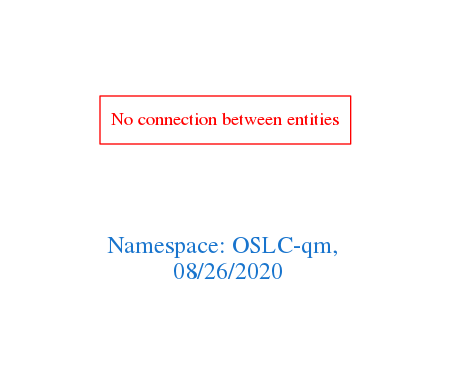
Above: downloads/OSLC-qm.png in arago/OGIT (Graphviz), before the change. Its source is kept beside it as downloads/OSLC-qm.dot. Source of this version:
```dot
digraph OGIT_ontology {
 graph [ rankdir= LR,pad=1
fontsize = 18,
fontcolor= dodgerblue3,label = "\n\n\nNamespace: OSLC-qm, \n 08/26/2020"];
node[shape=polygon];
edge [  color="gray81"];

"No connection between entities" [fontcolor = "red",color="red", shape="polygon"]
}
```
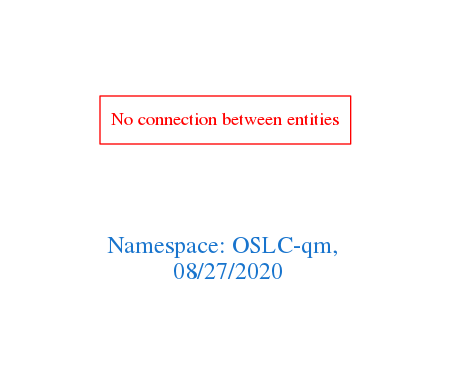
After the commit.

Change to the diagram source:
```diff
@@ -1,7 +1,7 @@
 digraph OGIT_ontology {
  graph [ rankdir= LR,pad=1
 fontsize = 18,
-fontcolor= dodgerblue3,label = "\n\n\nNamespace: OSLC-qm, \n 08/26/2020"];
+fontcolor= dodgerblue3,label = "\n\n\nNamespace: OSLC-qm, \n 08/27/2020"];
 node[shape=polygon];
 edge [  color="gray81"];
 
```
